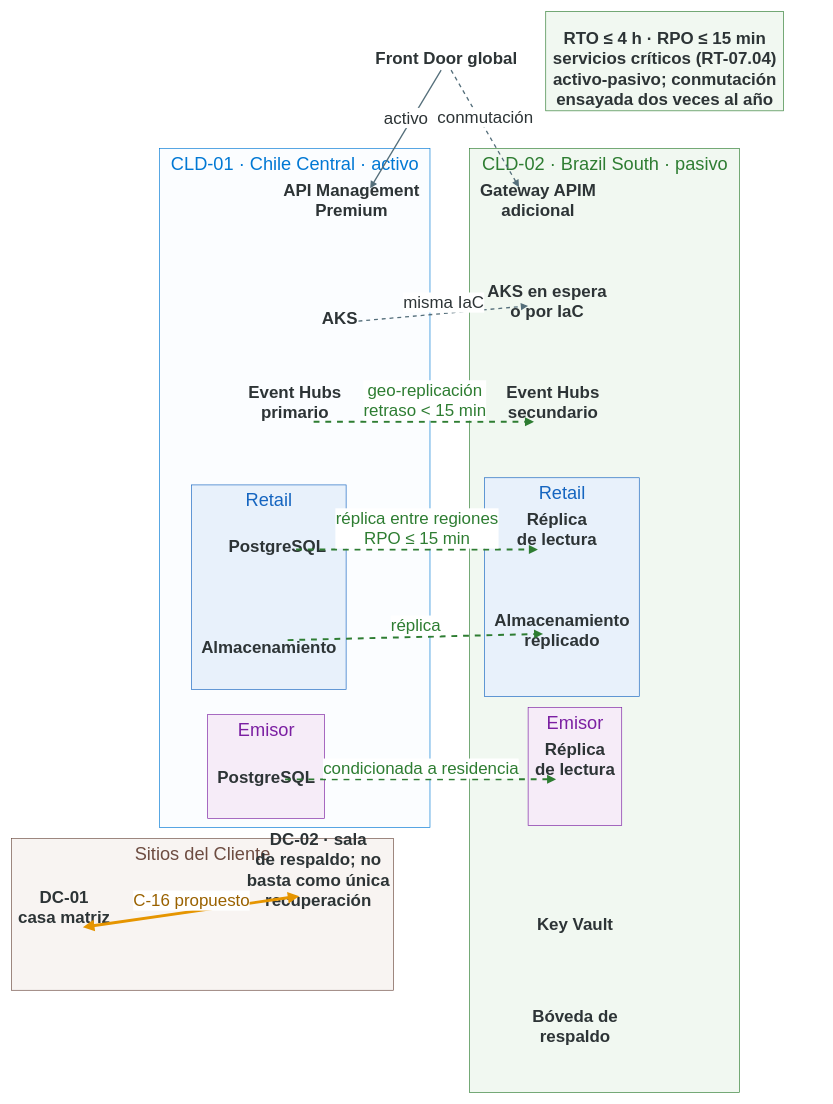
Above: 04_Adjuntos/diagramas/diag-04-19_data-center-secundario.drawio in ManuelsAguilera/LicitacionContexto (draw.io), before the change. Source tidied: cells renumbered, new cells numbered last; positions are measured from the earlier drawing's top-left corner, leaving out a move shared by most shapes. Both pictures are drawn from the tidied source at 65%, with x=0, y=0 at pixel (11, 11).
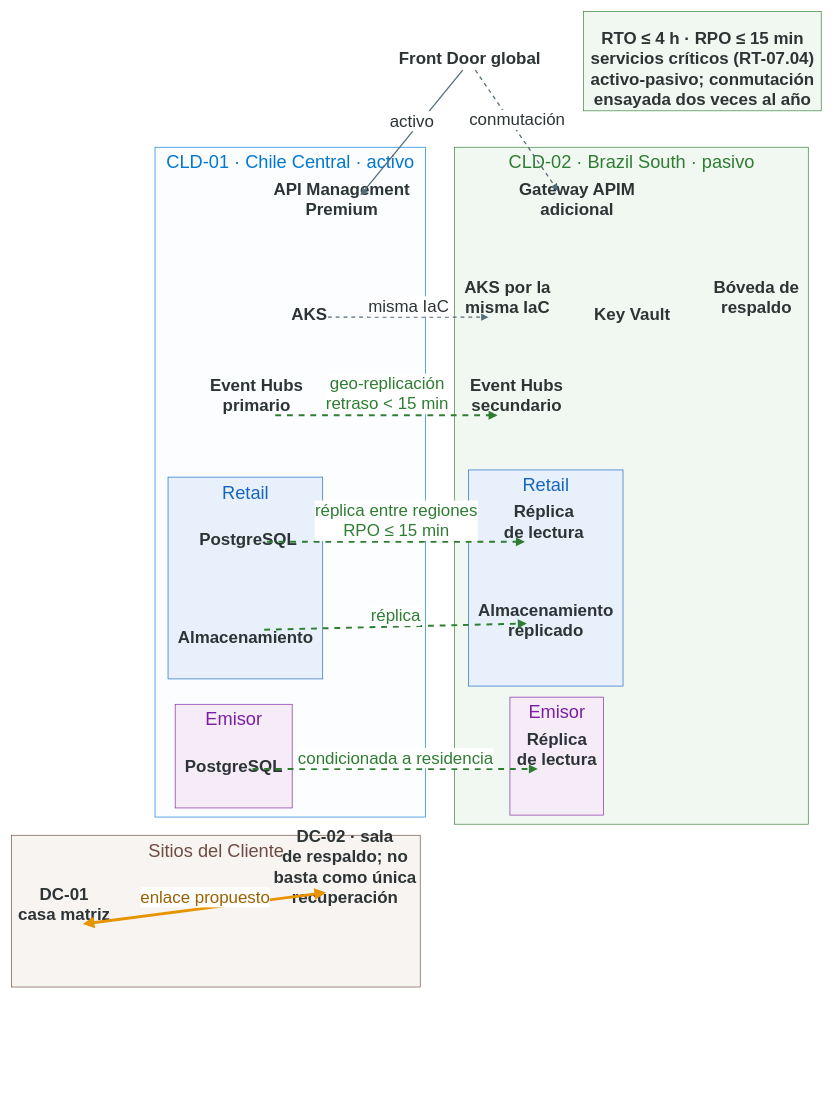
The same page after the edit.

Unchanged cells that the change refers to:
```xml
<mxCell id="37" style="html=1;endArrow=block;dashed=0;endFill=1;startArrow=block;startFill=1;fillColor=#e69500;strokeColor=#e69500;strokeWidth=4.5;rounded=0;exitX=1.000;exitY=0.948;" parent="1" edge="1" source="15" target="16">
  <mxGeometry relative="1" as="geometry" />
</mxCell>
```

What changed in the source:
```diff
@@
     <mxCell id="2" value="&lt;font style='font-size: 28.0px;' face='Arial Bold' color='#0078d4'&gt;CLD-01 · Chile Central · activo&lt;/font&gt;" style="verticalAlign=top;html=1;rounded=0;labelBackgroundColor=none;strokeColor=#0078d4;fillColor=#fbfdff;strokeWidth=1;dashed=0;" parent="1" vertex="1">
-      <mxGeometry x="228" y="211" width="416" height="1044.5" as="geometry" />
+      <mxGeometry x="221" y="209" width="416" height="1030.5" as="geometry" />
     </mxCell>
     <mxCell id="3" value="&lt;font style='font-size: 28.0px;' face='Arial Bold' color='#1565c0'&gt;Retail&lt;/font&gt;" style="verticalAlign=top;html=1;rounded=0;labelBackgroundColor=none;strokeColor=#1565c0;fillColor=#e8f1fb;strokeWidth=1;dashed=0;" parent="2" vertex="1">
-      <mxGeometry x="49" y="517.5" width="238" height="314.5" as="geometry" />
+      <mxGeometry x="20" y="507.5" width="238" height="310.5" as="geometry" />
     </mxCell>
     <mxCell id="4" value="&lt;font style='font-size: 28.0px;' face='Arial Bold' color='#7b1fa2'&gt;Emisor&lt;/font&gt;" style="verticalAlign=top;html=1;rounded=0;labelBackgroundColor=none;strokeColor=#7b1fa2;fillColor=#f6ecf8;strokeWidth=1;dashed=0;" parent="2" vertex="1">
-      <mxGeometry x="74" y="871" width="180" height="159.5" as="geometry" />
+      <mxGeometry x="31" y="857" width="180" height="159.5" as="geometry" />
     </mxCell>
     <mxCell id="5" value="&lt;font style='font-size: 28.0px;' face='Arial Bold' color='#2e7d32'&gt;CLD-02 · Brazil South · pasivo&lt;/font&gt;" style="verticalAlign=top;html=1;rounded=0;labelBackgroundColor=none;strokeColor=#2e7d32;fillColor=#f1f8f1;strokeWidth=1;dashed=0;" parent="1" vertex="1">
-      <mxGeometry x="705" y="211" width="415" height="1452" as="geometry" />
+      <mxGeometry x="682" y="209" width="544" height="1041.5" as="geometry" />
     </mxCell>
     <mxCell id="6" value="&lt;font style='font-size: 28.0px;' face='Arial Bold' color='#1565c0'&gt;Retail &lt;/font&gt;" style="verticalAlign=top;html=1;rounded=0;labelBackgroundColor=none;strokeColor=#1565c0;fillColor=#e8f1fb;strokeWidth=1;dashed=0;" parent="5" vertex="1">
-      <mxGeometry x="23" y="506.5" width="238" height="336.5" as="geometry" />
+      <mxGeometry x="21" y="496.5" width="238" height="332.5" as="geometry" />
     </mxCell>
     <mxCell id="7" value="&lt;font style='font-size: 28.0px;' face='Arial Bold' color='#7b1fa2'&gt;Emisor &lt;/font&gt;" style="verticalAlign=top;html=1;rounded=0;labelBackgroundColor=none;strokeColor=#7b1fa2;fillColor=#f6ecf8;strokeWidth=1;dashed=0;" parent="5" vertex="1">
-      <mxGeometry x="90" y="860" width="144" height="181.5" as="geometry" />
+      <mxGeometry x="85" y="846" width="144" height="181.5" as="geometry" />
     </mxCell>
     <mxCell id="8" value="&lt;font style='font-size: 28.0px;' face='Arial Bold' color='#6d4c41'&gt;Sitios del Cliente&lt;/font&gt;" style="verticalAlign=top;html=1;rounded=0;labelBackgroundColor=none;strokeColor=#6d4c41;fillColor=#f8f4f2;strokeWidth=1;dashed=0;" parent="1" vertex="1">
-      <mxGeometry y="1272.5" width="588" height="233.5" as="geometry" />
+      <mxGeometry y="1267.5" width="629" height="233.5" as="geometry" />
     </mxCell>
     <mxCell id="9" value="&lt;b&gt;&lt;font style='font-size: 26.0px;' face='Arial' color='#2d3436'&gt;PostgreSQL&lt;/font&gt;&lt;/b&gt;" style="verticalAlign=bottom;html=1;rounded=0;labelBackgroundColor=none;strokeColor=none;fillColor=none;strokeWidth=1;dashed=0;" parent="3" vertex="1">
-      <mxGeometry x="103" y="55.5" width="58" height="58" as="geometry" />
+      <mxGeometry x="94" y="55.5" width="58" height="58" as="geometry" />
     </mxCell>
     <mxCell id="10" value="&lt;b&gt;&lt;font style='font-size: 26.0px;' face='Arial' color='#2d3436'&gt;Almacenamiento&lt;/font&gt;&lt;/b&gt;" style="verticalAlign=bottom;html=1;rounded=0;labelBackgroundColor=none;strokeColor=none;fillColor=none;strokeWidth=1;dashed=0;" parent="3" vertex="1">
-      <mxGeometry x="90" y="210.5" width="58" height="58" as="geometry" />
+      <mxGeometry x="90" y="206.5" width="58" height="58" as="geometry" />
     </mxCell>
     <mxCell id="11" value="&lt;b&gt;&lt;font style='font-size: 26.0px;' face='Arial' color='#2d3436'&gt;Réplica&lt;br/&gt;de lectura&lt;/font&gt;&lt;/b&gt;" style="verticalAlign=bottom;html=1;rounded=0;labelBackgroundColor=none;strokeColor=none;fillColor=none;strokeWidth=1;dashed=0;" parent="6" vertex="1">
-      <mxGeometry x="82" y="55.5" width="58" height="58" as="geometry" />
+      <mxGeometry x="87" y="55.5" width="58" height="58" as="geometry" />
     </mxCell>
@@
     <mxCell id="13" value="&lt;b&gt;&lt;font style='font-size: 26.0px;' face='Arial' color='#2d3436'&gt;Almacenamiento&lt;br/&gt;replicado&lt;/font&gt;&lt;/b&gt;" style="verticalAlign=bottom;html=1;rounded=0;labelBackgroundColor=none;strokeColor=none;fillColor=none;strokeWidth=1;dashed=0;" parent="6" vertex="1">
-      <mxGeometry x="90" y="210.5" width="58" height="58" as="geometry" />
+      <mxGeometry x="90" y="206.5" width="58" height="58" as="geometry" />
     </mxCell>
@@
     <mxCell id="16" value="&lt;b&gt;&lt;font style='font-size: 26.0px;' face='Arial' color='#2d3436'&gt;DC-02 · sala&lt;br/&gt;de respaldo; no&lt;br/&gt;basta como única&lt;br/&gt;recuperación&lt;/font&gt;&lt;/b&gt;" style="verticalAlign=bottom;html=1;rounded=0;labelBackgroundColor=none;strokeColor=none;fillColor=none;strokeWidth=1;dashed=0;" parent="8" vertex="1">
-      <mxGeometry x="443" y="55.5" width="58" height="58" as="geometry" />
+      <mxGeometry x="484" y="55.5" width="58" height="58" as="geometry" />
     </mxCell>
     <mxCell id="17" value="&lt;b&gt;&lt;font style='font-size: 26.0px;' face='Arial' color='#2d3436'&gt;API Management&lt;br/&gt;Premium&lt;/font&gt;&lt;/b&gt;" style="verticalAlign=bottom;html=1;rounded=0;labelBackgroundColor=none;strokeColor=none;fillColor=none;strokeWidth=1;dashed=0;" parent="2" vertex="1">
-      <mxGeometry x="266" y="55.5" width="58" height="58" as="geometry" />
+      <mxGeometry x="258" y="55.5" width="58" height="58" as="geometry" />
     </mxCell>
     <mxCell id="18" value="&lt;b&gt;&lt;font style='font-size: 26.0px;' face='Arial' color='#2d3436'&gt;AKS&lt;/font&gt;&lt;/b&gt;" style="verticalAlign=bottom;html=1;rounded=0;labelBackgroundColor=none;strokeColor=none;fillColor=none;strokeWidth=1;dashed=0;" parent="2" vertex="1">
-      <mxGeometry x="248" y="221.5" width="58" height="58" as="geometry" />
+      <mxGeometry x="208" y="217.5" width="58" height="58" as="geometry" />
     </mxCell>
     <mxCell id="19" value="&lt;b&gt;&lt;font style='font-size: 26.0px;' face='Arial' color='#2d3436'&gt;Event Hubs&lt;br/&gt;primario&lt;/font&gt;&lt;/b&gt;" style="verticalAlign=bottom;html=1;rounded=0;labelBackgroundColor=none;strokeColor=none;fillColor=none;strokeWidth=1;dashed=0;" parent="2" vertex="1">
-      <mxGeometry x="179" y="365.5" width="58" height="58" as="geometry" />
+      <mxGeometry x="127" y="357.5" width="58" height="58" as="geometry" />
     </mxCell>
-    <mxCell id="20" value="&lt;b&gt;&lt;font style='font-size: 26.0px;' face='Arial' color='#2d3436'&gt;AKS en espera&lt;br/&gt;o por IaC&lt;/font&gt;&lt;/b&gt;" style="verticalAlign=bottom;html=1;rounded=0;labelBackgroundColor=none;strokeColor=none;fillColor=none;strokeWidth=1;dashed=0;" parent="5" vertex="1">
-      <mxGeometry x="90" y="210.5" width="58" height="58" as="geometry" />
+    <mxCell id="20" value="&lt;b&gt;&lt;font style='font-size: 26.0px;' face='Arial' color='#2d3436'&gt;AKS por la&lt;br/&gt;misma IaC&lt;/font&gt;&lt;/b&gt;" style="verticalAlign=bottom;html=1;rounded=0;labelBackgroundColor=none;strokeColor=none;fillColor=none;strokeWidth=1;dashed=0;" parent="5" vertex="1">
+      <mxGeometry x="52" y="206.5" width="58" height="58" as="geometry" />
     </mxCell>
+    <mxCell id="24" value="&lt;b&gt;&lt;font style='font-size: 26.0px;' face='Arial' color='#2d3436'&gt;Event Hubs&lt;br/&gt;secundario&lt;/font&gt;&lt;/b&gt;" style="verticalAlign=bottom;html=1;rounded=0;labelBackgroundColor=none;strokeColor=none;fillColor=none;strokeWidth=1;dashed=0;" parent="5" vertex="1">
+      <mxGeometry x="66" y="357.5" width="58" height="58" as="geometry" />
+    </mxCell>
+    <mxCell id="23" value="&lt;b&gt;&lt;font style='font-size: 26.0px;' face='Arial' color='#2d3436'&gt;Gateway APIM&lt;br/&gt;adicional&lt;/font&gt;&lt;/b&gt;" style="verticalAlign=bottom;html=1;rounded=0;labelBackgroundColor=none;strokeColor=none;fillColor=none;strokeWidth=1;dashed=0;" parent="5" vertex="1">
+      <mxGeometry x="159" y="55.5" width="58" height="58" as="geometry" />
+    </mxCell>
-    <mxCell id="21" value="&lt;b&gt;&lt;font style='font-size: 26.0px;' face='Arial' color='#2d3436'&gt;Event Hubs&lt;br/&gt;secundario&lt;/font&gt;&lt;/b&gt;" style="verticalAlign=bottom;html=1;rounded=0;labelBackgroundColor=none;strokeColor=none;fillColor=none;strokeWidth=1;dashed=0;" parent="5" vertex="1">
-      <mxGeometry x="99" y="365.5" width="58" height="58" as="geometry" />
+    <mxCell id="21" value="&lt;b&gt;&lt;font style='font-size: 26.0px;' face='Arial' color='#2d3436'&gt;Key Vault&lt;/font&gt;&lt;/b&gt;" style="verticalAlign=bottom;html=1;rounded=0;labelBackgroundColor=none;strokeColor=none;fillColor=none;strokeWidth=1;dashed=0;" parent="5" vertex="1">
+      <mxGeometry x="244" y="217.5" width="58" height="58" as="geometry" />
     </mxCell>
-    <mxCell id="22" value="&lt;b&gt;&lt;font style='font-size: 26.0px;' face='Arial' color='#2d3436'&gt;Key Vault&lt;/font&gt;&lt;/b&gt;" style="verticalAlign=bottom;html=1;rounded=0;labelBackgroundColor=none;strokeColor=none;fillColor=none;strokeWidth=1;dashed=0;" parent="5" vertex="1">
-      <mxGeometry x="133" y="1154" width="58" height="58" as="geometry" />
+    <mxCell id="22" value="&lt;b&gt;&lt;font style='font-size: 26.0px;' face='Arial' color='#2d3436'&gt;Bóveda de&lt;br/&gt;respaldo&lt;/font&gt;&lt;/b&gt;" style="verticalAlign=bottom;html=1;rounded=0;labelBackgroundColor=none;strokeColor=none;fillColor=none;strokeWidth=1;dashed=0;" parent="5" vertex="1">
+      <mxGeometry x="435" y="206.5" width="58" height="58" as="geometry" />
     </mxCell>
-    <mxCell id="23" value="&lt;b&gt;&lt;font style='font-size: 26.0px;' face='Arial' color='#2d3436'&gt;Gateway APIM&lt;br/&gt;adicional&lt;/font&gt;&lt;/b&gt;" style="verticalAlign=bottom;html=1;rounded=0;labelBackgroundColor=none;strokeColor=none;fillColor=none;strokeWidth=1;dashed=0;" parent="5" vertex="1">
-      <mxGeometry x="76" y="55.5" width="58" height="58" as="geometry" />
-    </mxCell>
-    <mxCell id="24" value="&lt;b&gt;&lt;font style='font-size: 26.0px;' face='Arial' color='#2d3436'&gt;Bóveda de&lt;br/&gt;respaldo&lt;/font&gt;&lt;/b&gt;" style="verticalAlign=bottom;html=1;rounded=0;labelBackgroundColor=none;strokeColor=none;fillColor=none;strokeWidth=1;dashed=0;" parent="5" vertex="1">
-      <mxGeometry x="133" y="1326" width="58" height="58" as="geometry" />
-    </mxCell>
     <mxCell id="25" value="&lt;b&gt;&lt;font style='font-size: 26.0px;' face='Arial' color='#2d3436'&gt;Front Door global&lt;/font&gt;&lt;/b&gt;" style="verticalAlign=bottom;html=1;rounded=0;labelBackgroundColor=none;strokeColor=none;fillColor=none;strokeWidth=1;dashed=0;" parent="1" vertex="1">
-      <mxGeometry x="640" y="32.5" width="58" height="58" as="geometry" />
+      <mxGeometry x="676" y="32.5" width="58" height="58" as="geometry" />
     </mxCell>
     <mxCell id="26" value="&lt;b&gt;&lt;font style='font-size: 26.0px;' face='Arial' color='#2d3436'&gt;RTO ≤ 4 h · RPO ≤ 15 min&lt;br/&gt;servicios críticos (RT-07.04)&lt;br/&gt;activo-pasivo; conmutación&lt;br/&gt;ensayada dos veces al año&lt;br/&gt; &lt;/font&gt;&lt;/b&gt;" style="verticalAlign=bottom;html=1;rounded=0;labelBackgroundColor=none;strokeColor=#2e7d32;fillColor=#f1f8f1;strokeWidth=1;dashed=0;" parent="1" vertex="1">
-      <mxGeometry x="822.1" width="365.8" height="153" as="geometry" />
+      <mxGeometry x="880.1" width="365.8" height="153" as="geometry" />
     </mxCell>
@@
-    <mxCell id="33" style="html=1;endArrow=block;dashed=1;endFill=1;startArrow=none;startFill=0;fillColor=#546e7a;strokeColor=#546e7a;strokeWidth=2;rounded=0;exitX=1.000;exitY=0.759;" parent="1" edge="1" source="18" target="20">
+    <mxCell id="33" style="html=1;endArrow=block;dashed=1;endFill=1;startArrow=none;startFill=0;fillColor=#546e7a;strokeColor=#546e7a;strokeWidth=2;rounded=0;exitX=1.000;exitY=0.759;entryX=0.000;entryY=0.948;" parent="1" edge="1" source="18" target="20">
       <mxGeometry relative="1" as="geometry" />
     </mxCell>
@@
-    <mxCell id="35" style="html=1;endArrow=block;dashed=1;endFill=1;startArrow=none;startFill=0;fillColor=#2e7d32;strokeColor=#2e7d32;strokeWidth=3;rounded=0;exitX=1.000;exitY=0.948;entryX=0.000;entryY=0.948;" parent="1" edge="1" source="19" target="21">
+    <mxCell id="35" style="html=1;endArrow=block;dashed=1;endFill=1;startArrow=none;startFill=0;fillColor=#2e7d32;strokeColor=#2e7d32;strokeWidth=3;rounded=0;exitX=1.000;exitY=0.948;entryX=0.000;entryY=0.948;" parent="1" edge="1" source="19" target="24">
       <mxGeometry relative="1" as="geometry" />
     </mxCell>
@@
-    <mxCell id="38" value="&lt;font style='font-size: 26.0px;' face='Arial' color='#9a6200'&gt;C-16 propuesto&lt;/font&gt;" style="edgeLabel;html=1;align=center;verticalAlign=bottom;" parent="37" vertex="1">
+    <mxCell id="38" value="&lt;font style='font-size: 26.0px;' face='Arial' color='#9a6200'&gt;enlace propuesto&lt;/font&gt;" style="edgeLabel;html=1;align=center;verticalAlign=bottom;" parent="37" vertex="1">
       <mxGeometry relative="1" as="geometry" />
     </mxCell>
-    <mxCell id="39" style="html=1;endArrow=block;dashed=0;endFill=1;startArrow=none;startFill=0;fillColor=#546e7a;strokeColor=#546e7a;strokeWidth=2;rounded=0;exitX=0.365;exitY=1.000;entryX=1.000;entryY=0.099;" parent="1" edge="1" source="25" target="17">
+    <mxCell id="39" style="html=1;endArrow=block;dashed=0;endFill=1;startArrow=none;startFill=0;fillColor=#546e7a;strokeColor=#546e7a;strokeWidth=2;rounded=0;exitX=0.317;exitY=1.000;entryX=1.000;entryY=0.319;" parent="1" edge="1" source="25" target="17">
       <mxGeometry relative="1" as="geometry" />
     </mxCell>
@@
-    <mxCell id="41" style="html=1;endArrow=block;dashed=1;endFill=1;startArrow=none;startFill=0;fillColor=#546e7a;strokeColor=#546e7a;strokeWidth=2;rounded=0;exitX=0.630;exitY=1.000;entryX=0.000;entryY=0.069;" parent="1" edge="1" source="25" target="23">
+    <mxCell id="41" style="html=1;endArrow=block;dashed=1;endFill=1;startArrow=none;startFill=0;fillColor=#546e7a;strokeColor=#546e7a;strokeWidth=2;rounded=0;exitX=0.653;exitY=1.000;entryX=0.000;entryY=0.201;" parent="1" edge="1" source="25" target="23">
       <mxGeometry relative="1" as="geometry" />
     </mxCell>
```
